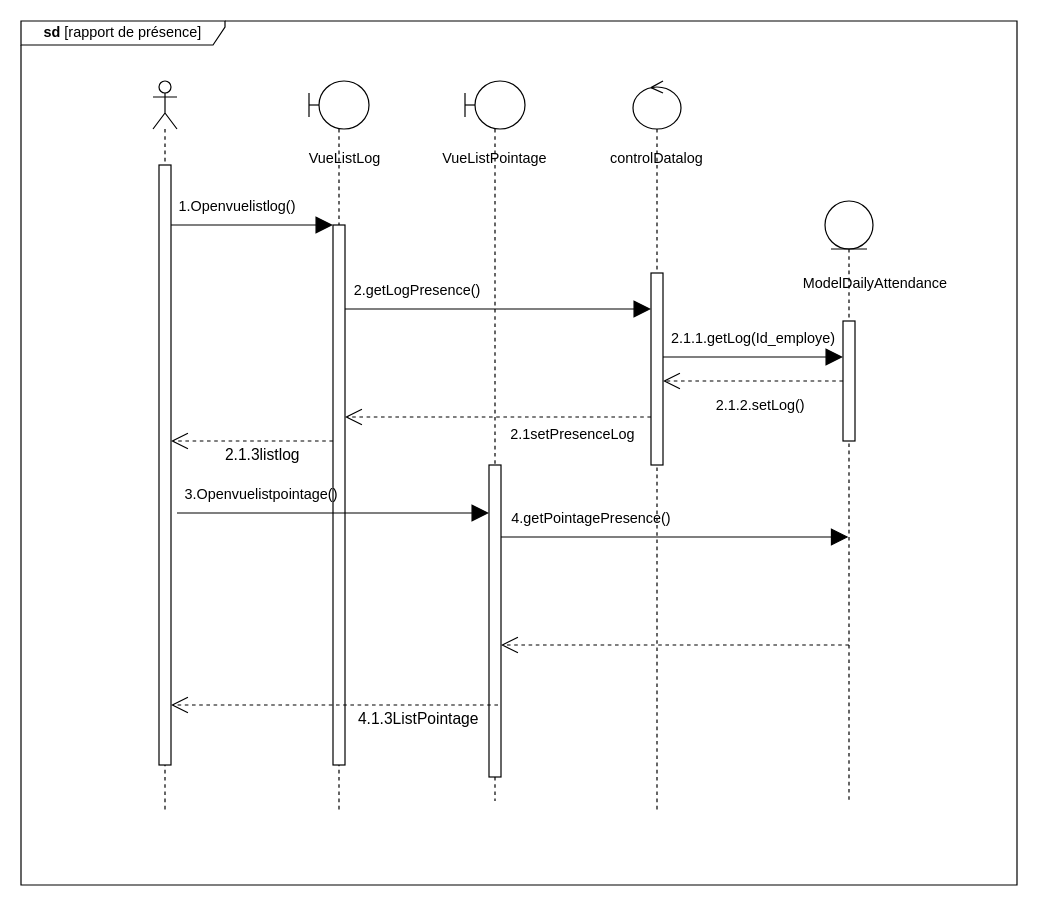
Before: static/Diagramme de séquence conceptuel rapport de présence.drawio in Siluearsene/borne_biometrique, a draw.io diagram. Source tidied: cells renumbered, new cells numbered last; positions are measured from the earlier drawing's top-left corner, leaving out a move shared by most shapes. Both pictures are drawn from the tidied source at 120%, with x=0, y=0 at pixel (20, 20).
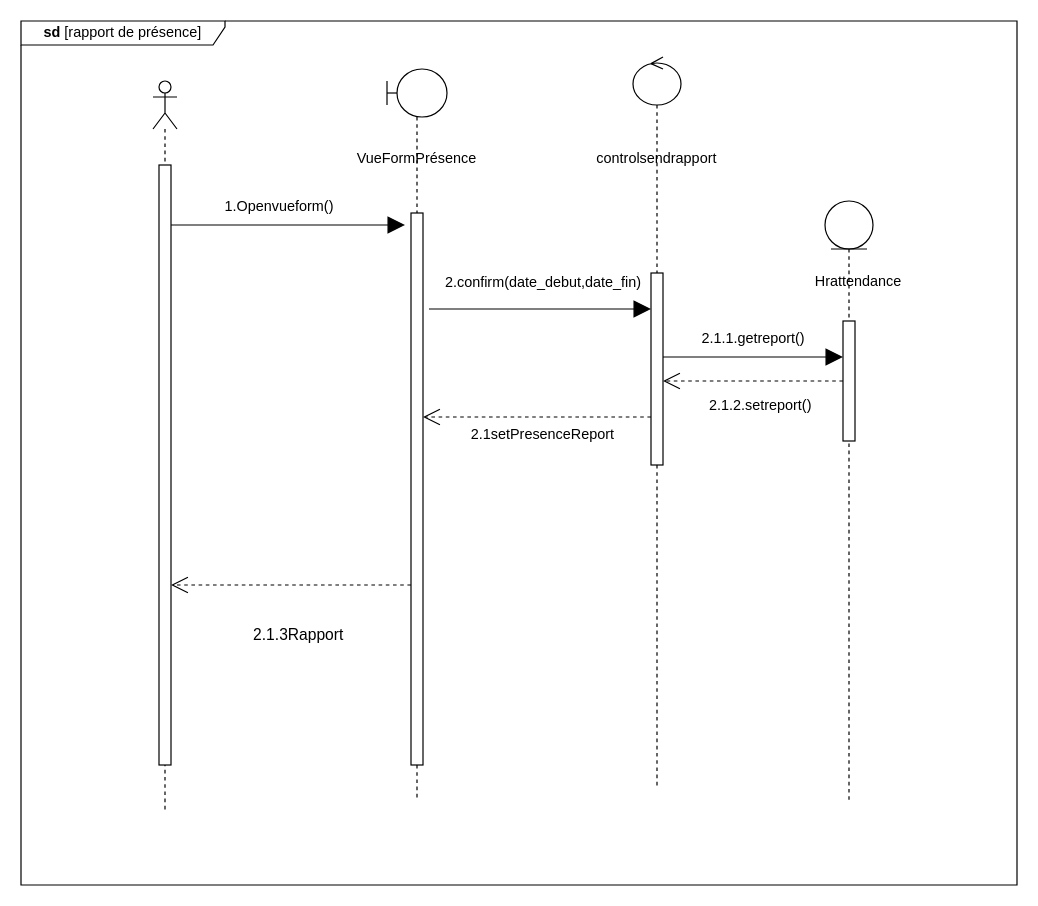
After the change.

Commit message (it also covers changes not shown here):
Mettre à jour Diagramme de séquence conceptuel rapport de présence.drawio

The change refers to these unchanged cells:
```xml
<mxCell id="4" style="shape=umlLifeline;perimeter=lifelinePerimeter;whiteSpace=wrap;html=1;outlineConnect=0;portConstraint=eastwest;newEdgeStyle={&quot;edgeStyle&quot;:&quot;elbowEdgeStyle&quot;,&quot;elbow&quot;:&quot;vertical&quot;,&quot;curved&quot;:0,&quot;rounded&quot;:0};participant=umlEntity;" parent="1" vertex="1">
  <mxGeometry x="670" y="150" width="40" height="500" as="geometry" />
</mxCell>
<mxCell id="6" style="html=1;points=[];perimeter=orthogonalPerimeter;outlineConnect=0;targetShapes=umlLifeline;portConstraint=eastwest;newEdgeStyle={&quot;edgeStyle&quot;:&quot;elbowEdgeStyle&quot;,&quot;elbow&quot;:&quot;vertical&quot;,&quot;curved&quot;:0,&quot;rounded&quot;:0};" parent="5" vertex="1">
  <mxGeometry x="5" y="70" width="10" height="500" as="geometry" />
</mxCell>
<mxCell id="15" style="html=1;points=[];perimeter=orthogonalPerimeter;outlineConnect=0;targetShapes=umlLifeline;portConstraint=eastwest;newEdgeStyle={&quot;edgeStyle&quot;:&quot;elbowEdgeStyle&quot;,&quot;elbow&quot;:&quot;vertical&quot;,&quot;curved&quot;:0,&quot;rounded&quot;:0};" parent="1" vertex="1">
  <mxGeometry x="525" y="210" width="10" height="160" as="geometry" />
</mxCell>
<mxCell id="21" style="endArrow=open;dashed=1;endFill=0;endSize=12;html=1;rounded=0;" parent="1" edge="1" source="20" target="15">
  <mxGeometry relative="1" as="geometry" />
</mxCell>
```

What changed in the source:
```diff
@@
     <mxCell id="2" style="shape=umlLifeline;perimeter=lifelinePerimeter;whiteSpace=wrap;html=1;newEdgeStyle={&quot;edgeStyle&quot;:&quot;elbowEdgeStyle&quot;,&quot;elbow&quot;:&quot;vertical&quot;,&quot;curved&quot;:0,&quot;rounded&quot;:0};participant=umlBoundary;size=40;" parent="1" vertex="1">
-      <mxGeometry x="240" y="50" width="50" height="610" as="geometry" />
+      <mxGeometry x="305" y="40" width="50" height="610" as="geometry" />
     </mxCell>
     <mxCell id="3" style="html=1;points=[];perimeter=orthogonalPerimeter;outlineConnect=0;targetShapes=umlLifeline;portConstraint=eastwest;newEdgeStyle={&quot;edgeStyle&quot;:&quot;elbowEdgeStyle&quot;,&quot;elbow&quot;:&quot;vertical&quot;,&quot;curved&quot;:0,&quot;rounded&quot;:0};" parent="2" vertex="1">
-      <mxGeometry x="20" y="120" width="10" height="450" as="geometry" />
+      <mxGeometry x="20" y="120" width="10" height="460" as="geometry" />
     </mxCell>
@@
     <mxCell id="7" style="shape=umlLifeline;perimeter=lifelinePerimeter;whiteSpace=wrap;html=1;newEdgeStyle={&quot;edgeStyle&quot;:&quot;elbowEdgeStyle&quot;,&quot;elbow&quot;:&quot;vertical&quot;,&quot;curved&quot;:0,&quot;rounded&quot;:0};participant=umlControl;" parent="1" vertex="1">
-      <mxGeometry x="510" y="50" width="40" height="610" as="geometry" />
+      <mxGeometry x="510" y="30" width="40" height="610" as="geometry" />
     </mxCell>
     <mxCell id="8" style="endArrow=block;endFill=1;endSize=12;html=1;rounded=0;" parent="1" edge="1" source="6">
       <mxGeometry relative="1" as="geometry">
-        <mxPoint x="260" y="170" as="targetPoint" />
+        <mxPoint x="320" y="170" as="targetPoint" />
       </mxGeometry>
     </mxCell>
@@
-    <mxCell id="10" value="VueListLog" style="text;html=1;strokeColor=none;fillColor=none;align=center;verticalAlign=middle;whiteSpace=wrap;rounded=0;" parent="1" vertex="1">
-      <mxGeometry x="240" y="100" width="60" height="30" as="geometry" />
+    <mxCell id="10" value="VueFormPrésence" style="text;html=1;strokeColor=none;fillColor=none;align=center;verticalAlign=middle;whiteSpace=wrap;rounded=0;" parent="1" vertex="1">
+      <mxGeometry x="300" y="100" width="60" height="30" as="geometry" />
     </mxCell>
-    <mxCell id="11" style="shape=umlLifeline;perimeter=lifelinePerimeter;whiteSpace=wrap;html=1;newEdgeStyle={&quot;edgeStyle&quot;:&quot;elbowEdgeStyle&quot;,&quot;elbow&quot;:&quot;vertical&quot;,&quot;curved&quot;:0,&quot;rounded&quot;:0};participant=umlBoundary;size=40;" parent="1" vertex="1">
-      <mxGeometry x="370" y="50" width="50" height="600" as="geometry" />
-    </mxCell>
-    <mxCell id="12" style="html=1;points=[];perimeter=orthogonalPerimeter;outlineConnect=0;targetShapes=umlLifeline;portConstraint=eastwest;newEdgeStyle={&quot;edgeStyle&quot;:&quot;elbowEdgeStyle&quot;,&quot;elbow&quot;:&quot;vertical&quot;,&quot;curved&quot;:0,&quot;rounded&quot;:0};" parent="11" vertex="1">
-      <mxGeometry x="20" y="320" width="10" height="260" as="geometry" />
-    </mxCell>
-    <mxCell id="13" value="VueListPointage" style="text;html=1;strokeColor=none;fillColor=none;align=center;verticalAlign=middle;whiteSpace=wrap;rounded=0;" parent="1" vertex="1">
-      <mxGeometry x="365" y="100" width="60" height="30" as="geometry" />
-    </mxCell>
-    <mxCell id="14" value="controlDatalog" style="text;html=1;strokeColor=none;fillColor=none;align=center;verticalAlign=middle;whiteSpace=wrap;rounded=0;" parent="1" vertex="1">
+    <mxCell id="14" value="controlsendrapport" style="text;html=1;strokeColor=none;fillColor=none;align=center;verticalAlign=middle;whiteSpace=wrap;rounded=0;" parent="1" vertex="1">
       <mxGeometry x="500" y="100" width="60" height="30" as="geometry" />
     </mxCell>
@@
     <mxCell id="16" style="endArrow=block;endFill=1;endSize=12;html=1;rounded=0;" parent="1" edge="1" target="15">
       <mxGeometry relative="1" as="geometry">
-        <mxPoint x="270" y="240" as="sourcePoint" />
+        <mxPoint x="340" y="240" as="sourcePoint" />
       </mxGeometry>
     </mxCell>
-    <mxCell id="17" value="2.getLogPresence()" style="text;html=1;align=center;verticalAlign=middle;strokeColor=none;fillColor=none;" parent="1" vertex="1">
-      <mxGeometry x="265" y="210" width="130" height="30" as="geometry" />
+    <mxCell id="17" value="2.confirm(date_debut,date_fin)" style="text;html=1;align=center;verticalAlign=middle;strokeColor=none;fillColor=none;" parent="1" vertex="1">
+      <mxGeometry x="340" y="202.5" width="190" height="30" as="geometry" />
     </mxCell>
-    <mxCell id="18" value="2.1.1.getLog(Id_employe)" style="text;html=1;align=center;verticalAlign=middle;strokeColor=none;fillColor=none;" parent="1" vertex="1">
-      <mxGeometry x="530" y="250" width="160" height="30" as="geometry" />
+    <mxCell id="18" value="2.1.1.getreport()" style="text;html=1;align=center;verticalAlign=middle;strokeColor=none;fillColor=none;" parent="1" vertex="1">
+      <mxGeometry x="555" y="250" width="110" height="30" as="geometry" />
     </mxCell>
@@
-    <mxCell id="22" value="&lt;font style=&quot;font-size: 12px;&quot;&gt;2.1.2.setLog()&lt;/font&gt;" style="edgeLabel;html=1;align=center;verticalAlign=middle;" parent="21" vertex="1">
+    <mxCell id="22" value="&lt;font style=&quot;font-size: 12px;&quot;&gt;2.1.2.setreport()&lt;/font&gt;" style="edgeLabel;html=1;align=center;verticalAlign=middle;" parent="21" vertex="1">
       <mxGeometry x="0.04" y="5" relative="1" as="geometry">
         <mxPoint x="8" y="15" as="offset" />
       </mxGeometry>
     </mxCell>
-    <mxCell id="23" value="2.1setPresenceLog" style="text;html=1;strokeColor=none;fillColor=none;align=center;verticalAlign=middle;whiteSpace=wrap;rounded=0;" parent="1" vertex="1">
-      <mxGeometry x="430" y="330" width="60" height="30" as="geometry" />
+    <mxCell id="23" value="2.1setPresenceReport" style="text;html=1;strokeColor=none;fillColor=none;align=center;verticalAlign=middle;whiteSpace=wrap;rounded=0;" parent="1" vertex="1">
+      <mxGeometry x="405" y="330" width="60" height="30" as="geometry" />
     </mxCell>
-    <mxCell id="24" value="&lt;div style=&quot;text-align: center;&quot;&gt;&lt;span style=&quot;background-color: initial;&quot;&gt;ModelDailyAttendance&lt;/span&gt;&lt;/div&gt;" style="text;whiteSpace=wrap;html=1;" parent="1" vertex="1">
-      <mxGeometry x="650" y="205" width="100" height="25" as="geometry" />
+    <mxCell id="24" value="Hrattendance" style="text;whiteSpace=wrap;html=1;" parent="1" vertex="1">
+      <mxGeometry x="660" y="202.5" width="100" height="25" as="geometry" />
     </mxCell>
-    <mxCell id="25" value="3.Openvuelistpointage()" style="text;html=1;align=center;verticalAlign=middle;strokeColor=none;fillColor=none;" parent="1" vertex="1">
-      <mxGeometry x="125" y="380" width="150" height="30" as="geometry" />
-    </mxCell>
-    <mxCell id="26" value="4.getPointagePresence()" style="text;html=1;align=center;verticalAlign=middle;strokeColor=none;fillColor=none;" parent="1" vertex="1">
-      <mxGeometry x="395" y="400" width="160" height="30" as="geometry" />
-    </mxCell>
-    <mxCell id="27" style="endArrow=block;endFill=1;endSize=12;html=1;rounded=0;" parent="1" edge="1" target="12">
-      <mxGeometry relative="1" as="geometry">
-        <mxPoint x="130" y="410" as="sourcePoint" />
-      </mxGeometry>
-    </mxCell>
-    <mxCell id="28" value="1.Openvuelistlog()" style="text;html=1;align=center;verticalAlign=middle;strokeColor=none;fillColor=none;" parent="1" vertex="1">
-      <mxGeometry x="120" y="140" width="120" height="30" as="geometry" />
+    <mxCell id="28" value="1.Openvueform()" style="text;html=1;align=center;verticalAlign=middle;strokeColor=none;fillColor=none;" parent="1" vertex="1">
+      <mxGeometry x="160" y="140" width="110" height="30" as="geometry" />
     </mxCell>
-    <mxCell id="29" style="endArrow=block;endFill=1;endSize=12;html=1;rounded=0;" parent="1" edge="1" target="4">
-      <mxGeometry relative="1" as="geometry">
-        <mxPoint x="400" y="430" as="sourcePoint" />
-      </mxGeometry>
-    </mxCell>
@@
-    <mxCell id="31" style="endArrow=open;dashed=1;endFill=0;endSize=12;html=1;rounded=0;" parent="1" edge="1" target="12">
-      <mxGeometry relative="1" as="geometry">
-        <mxPoint x="690" y="520" as="sourcePoint" />
-      </mxGeometry>
-    </mxCell>
-    <mxCell id="32" style="endArrow=open;dashed=1;endFill=0;endSize=12;html=1;rounded=0;" parent="1" edge="1" target="6">
+    <mxCell id="32" style="endArrow=open;dashed=1;endFill=0;endSize=12;html=1;rounded=0;" parent="1" edge="1">
       <mxGeometry relative="1" as="geometry">
-        <mxPoint x="260" y="350" as="sourcePoint" />
+        <mxPoint x="325" y="470" as="sourcePoint" />
+        <mxPoint x="125" y="470" as="targetPoint" />
       </mxGeometry>
     </mxCell>
-    <mxCell id="33" value="&lt;font style=&quot;font-size: 13px;&quot;&gt;2.1.3listlog&lt;/font&gt;" style="edgeLabel;html=1;align=center;verticalAlign=middle;" parent="32" vertex="1">
+    <mxCell id="33" value="&lt;font style=&quot;font-size: 13px;&quot;&gt;2.1.3Rapport&lt;/font&gt;" style="edgeLabel;html=1;align=center;verticalAlign=middle;" parent="32" vertex="1">
       <mxGeometry x="0.08" y="4" relative="1" as="geometry">
-        <mxPoint x="13" y="6" as="offset" />
+        <mxPoint x="13" y="36" as="offset" />
       </mxGeometry>
     </mxCell>
-    <mxCell id="34" style="endArrow=open;dashed=1;endFill=0;endSize=12;html=1;rounded=0;" parent="1" edge="1" target="6">
-      <mxGeometry relative="1" as="geometry">
-        <mxPoint x="397.5" y="570" as="sourcePoint" />
-      </mxGeometry>
-    </mxCell>
-    <mxCell id="35" value="&lt;font style=&quot;font-size: 13px;&quot;&gt;4.1.3ListPointage&lt;/font&gt;" style="edgeLabel;html=1;align=center;verticalAlign=middle;" parent="34" vertex="1">
-      <mxGeometry x="0.08" y="4" relative="1" as="geometry">
-        <mxPoint x="80" y="6" as="offset" />
-      </mxGeometry>
-    </mxCell>
```
